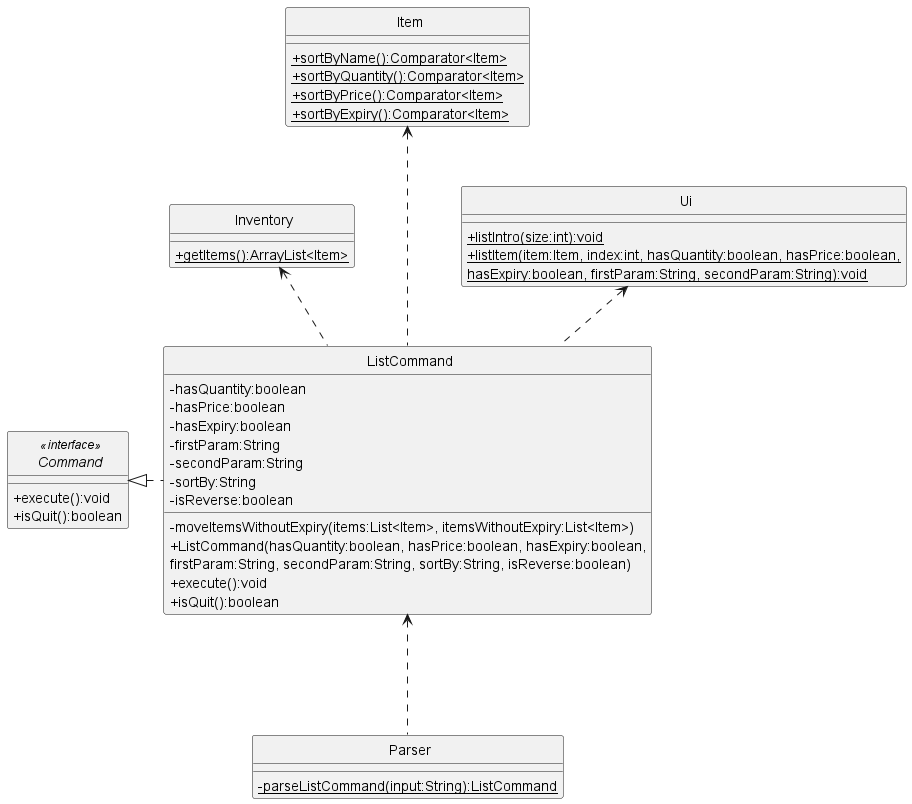
Above: docs/uml-diagrams/ListCommandClass.png in rismm/tp (PlantUML), before the change.
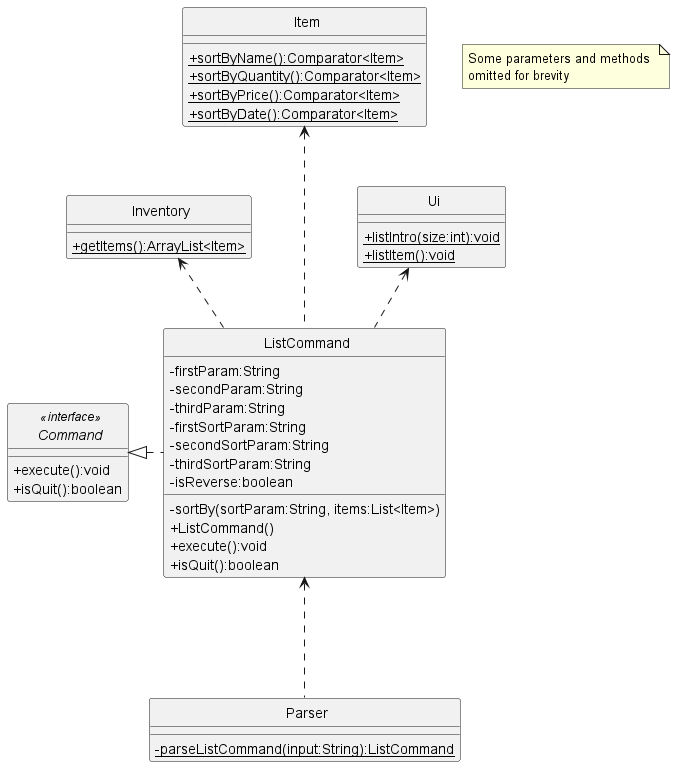
The same diagram one commit later.

Commit message:
Update UML diagrams for list command

Diff of the diagram source:
```diff
@@ -22,16 +22,15 @@
 }
 
 class ListCommand {
-    -hasQuantity:boolean
-    -hasPrice:boolean
-    -hasExpiry:boolean
     -firstParam:String
     -secondParam:String
-    -sortBy:String
+    -thirdParam:String
+    -firstSortParam:String
+    -secondSortParam:String
+    -thirdSortParam:String
     -isReverse:boolean
-    -moveItemsWithoutExpiry(items:List<Item>, itemsWithoutExpiry:List<Item>)
-    +ListCommand(hasQuantity:boolean, hasPrice:boolean, hasExpiry:boolean,
-    firstParam:String, secondParam:String, sortBy:String, isReverse:boolean)
+    -sortBy(sortParam:String, items:List<Item>)
+    +ListCommand()
     +execute():void
     +isQuit():boolean
 }
@@ -40,7 +39,7 @@
     {static}+sortByName():Comparator<Item>
     {static}+sortByQuantity():Comparator<Item>
     {static}+sortByPrice():Comparator<Item>
-    {static}+sortByExpiry():Comparator<Item>
+    {static}+sortByDate():Comparator<Item>
 }
 
 class Inventory {
@@ -49,11 +48,13 @@
 
 class Ui {
     {static}+listIntro(size:int):void
-    {static}+listItem(item:Item, index:int, hasQuantity:boolean, hasPrice:boolean,
-    {static}hasExpiry:boolean, firstParam:String, secondParam:String):void
+    {static}+listItem():void
 }
 
 class Parser {
     {static}-parseListCommand(input:String):ListCommand
 }
+
+note "Some parameters and methods \nomitted for brevity" as n1
+
 @enduml
```
